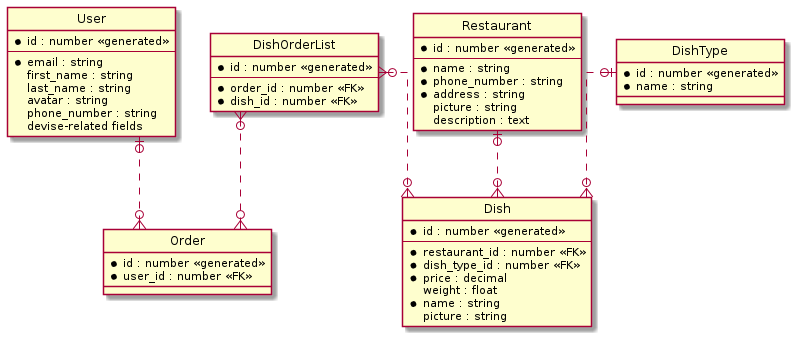
Earlier version of the PlantUML export diagrams/database.png (bozhenaboichuk/Lunch).
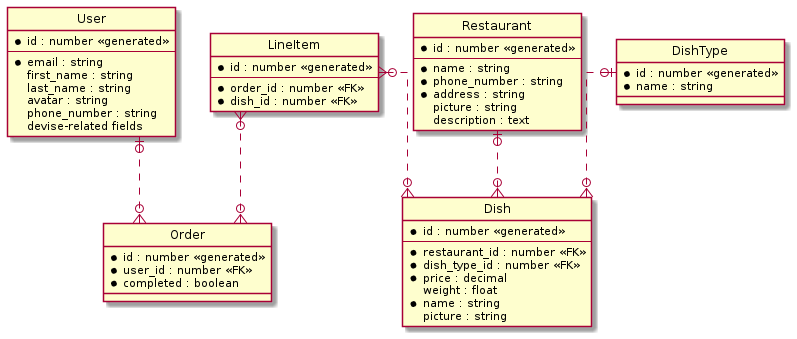
Above is the later version.

Commit message:
Update database diagram

The edit, as a diff of the source:
```diff
@@ -44,9 +44,10 @@
 entity Order {
 	* id : number <<generated>>
 	* user_id : number <<FK>>
+	* completed : boolean
 }
 
-entity DishOrderList {
+entity LineItem {
 	* id : number <<generated>>
 	--
 	* order_id : number <<FK>>
@@ -56,7 +57,7 @@
 Restaurant |o..o{ Dish
 DishType |o..o{ Dish
 User |o..o{ Order
-DishOrderList }o..o{ Order
-DishOrderList }o..o{ Dish
+LineItem }o..o{ Order
+LineItem }o..o{ Dish
 
 @enduml
```
